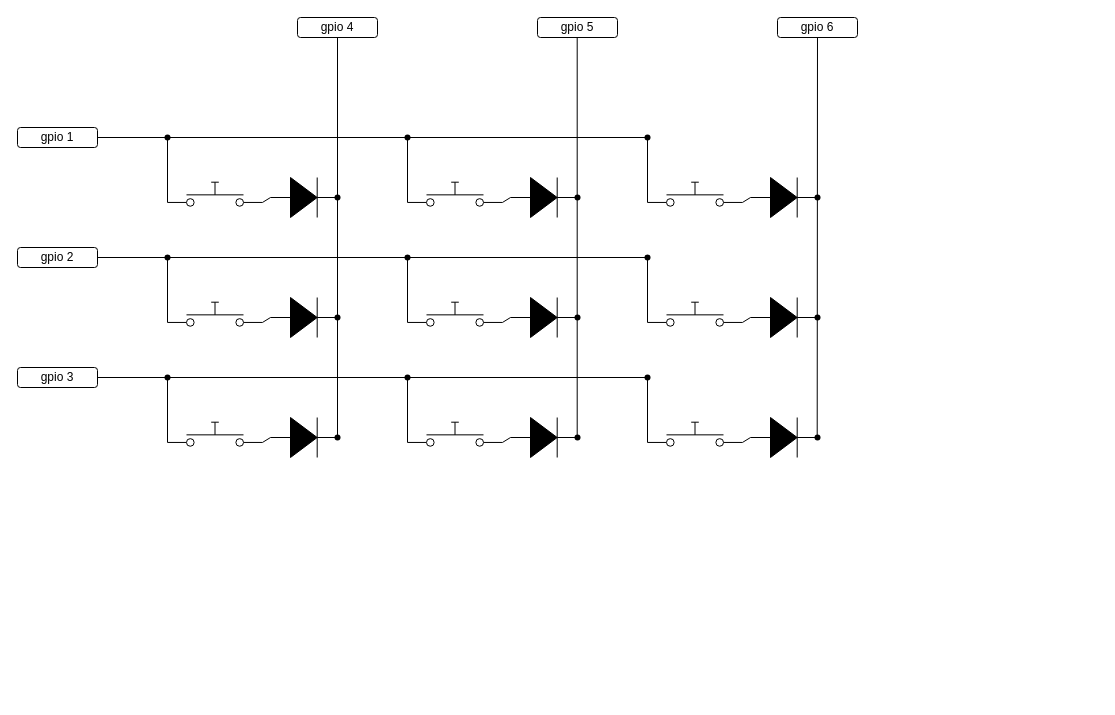
This is keyboard_matrix_circuit_diagram.drawio from Styann/pico-keypad, a draw.io file, before an edit. Source tidied: cells renumbered, new cells numbered last; positions are measured from the earlier drawing's top-left corner, leaving out a move shared by most shapes. Both pictures are drawn from the tidied source at 100%, with x=0, y=0 at pixel (17, 17).
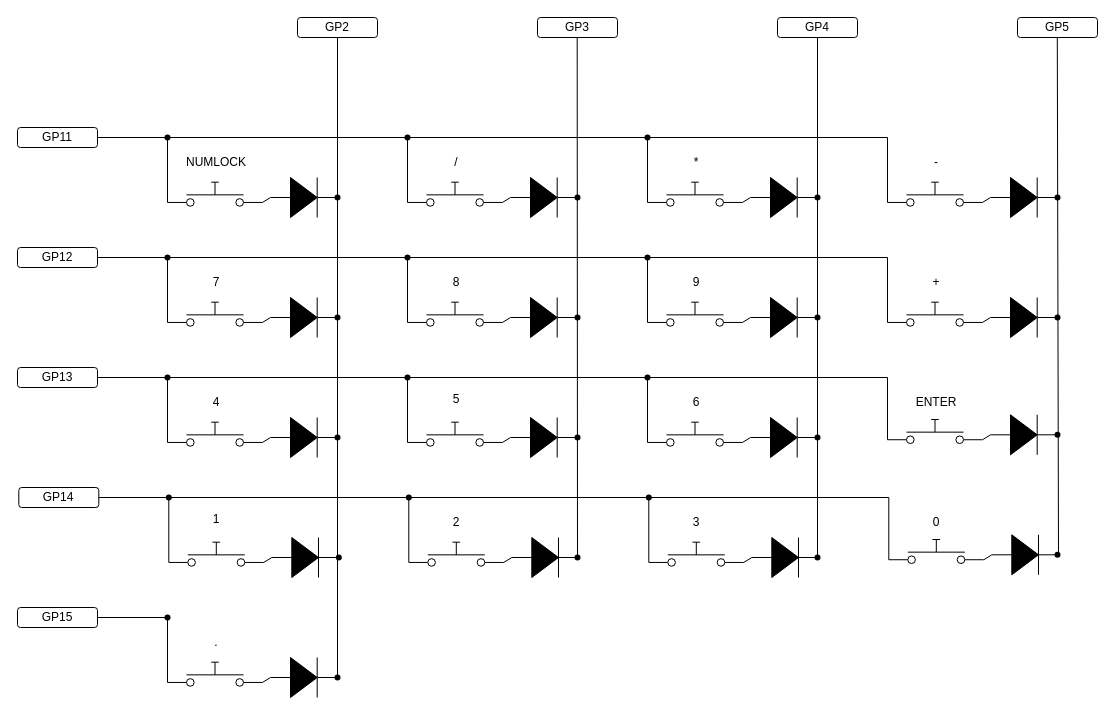
The same page after the edit.

Commit message (it also covers changes not shown here):
add possibility to make shortcut, break scan matrix loop when report is full, fix ghosting, delete keyboard_key_t

Unchanged cells that the change refers to:
```xml
<mxCell id="18" style="shape=waypoint;sketch=0;fillStyle=solid;size=6;points=[];fillColor=none;perimeter=centerPerimeter;snapToPoint=1;" parent="1" vertex="1">
  <mxGeometry x="310" y="410" width="20" height="20" as="geometry" />
</mxCell>
<mxCell id="65" style="shape=waypoint;sketch=0;fillStyle=solid;size=6;points=[];fillColor=none;perimeter=centerPerimeter;snapToPoint=1;" parent="1" vertex="1">
  <mxGeometry x="620" y="110" width="20" height="20" as="geometry" />
</mxCell>
<mxCell id="69" style="shape=waypoint;sketch=0;fillStyle=solid;size=6;points=[];fillColor=none;perimeter=centerPerimeter;snapToPoint=1;" parent="1" vertex="1">
  <mxGeometry x="620" y="230" width="20" height="20" as="geometry" />
</mxCell>
<mxCell id="74" style="shape=waypoint;sketch=0;fillStyle=solid;size=6;points=[];fillColor=none;perimeter=centerPerimeter;snapToPoint=1;" parent="1" vertex="1">
  <mxGeometry x="620" y="350" width="20" height="20" as="geometry" />
</mxCell>
```

What changed in the source:
```diff
@@
-    <mxCell id="7" style="endArrow=none;html=1;rounded=0;exitX=0.36;exitY=0.764;exitDx=0;exitDy=0;exitPerimeter=0;" parent="1" edge="1" source="18">
+    <mxCell id="7" style="endArrow=none;html=1;rounded=0;exitX=0.75;exitY=0.4;exitDx=0;exitDy=0;exitPerimeter=0;" parent="1" edge="1" source="127">
       <mxGeometry relative="1" as="geometry">
         <mxPoint x="320" y="20" as="targetPoint" />
       </mxGeometry>
     </mxCell>
@@
-    <mxCell id="34" style="endArrow=none;html=1;rounded=0;exitX=0.36;exitY=0.764;exitDx=0;exitDy=0;exitPerimeter=0;" parent="1" edge="1">
+    <mxCell id="34" style="endArrow=none;html=1;rounded=0;" parent="1" edge="1" source="128">
       <mxGeometry relative="1" as="geometry">
-        <mxPoint x="559.7" y="420" as="sourcePoint" />
         <mxPoint x="559.7" y="20" as="targetPoint" />
       </mxGeometry>
     </mxCell>
@@
-    <mxCell id="53" value="gpio 1" style="rounded=1;whiteSpace=wrap;html=1;" parent="1" vertex="1">
+    <mxCell id="53" value="GP11" style="rounded=1;whiteSpace=wrap;html=1;" parent="1" vertex="1">
       <mxGeometry y="110" width="80" height="20" as="geometry" />
     </mxCell>
-    <mxCell id="54" value="gpio 2" style="rounded=1;whiteSpace=wrap;html=1;" parent="1" vertex="1">
+    <mxCell id="54" value="GP12" style="rounded=1;whiteSpace=wrap;html=1;" parent="1" vertex="1">
       <mxGeometry y="230" width="80" height="20" as="geometry" />
     </mxCell>
-    <mxCell id="55" value="gpio 3" style="rounded=1;whiteSpace=wrap;html=1;" parent="1" vertex="1">
+    <mxCell id="55" value="GP13" style="rounded=1;whiteSpace=wrap;html=1;" parent="1" vertex="1">
       <mxGeometry y="350" width="80" height="20" as="geometry" />
     </mxCell>
-    <mxCell id="56" value="gpio 4" style="rounded=1;whiteSpace=wrap;html=1;" parent="1" vertex="1">
+    <mxCell id="56" value="&lt;div&gt;GP2&lt;/div&gt;" style="rounded=1;whiteSpace=wrap;html=1;" parent="1" vertex="1">
       <mxGeometry x="280" width="80" height="20" as="geometry" />
     </mxCell>
-    <mxCell id="57" value="gpio 5" style="rounded=1;whiteSpace=wrap;html=1;" parent="1" vertex="1">
+    <mxCell id="57" value="GP3" style="rounded=1;whiteSpace=wrap;html=1;" parent="1" vertex="1">
       <mxGeometry x="520" width="80" height="20" as="geometry" />
     </mxCell>
-    <mxCell id="58" style="endArrow=none;html=1;rounded=0;exitX=0.36;exitY=0.764;exitDx=0;exitDy=0;exitPerimeter=0;" parent="1" edge="1" target="59">
-      <mxGeometry relative="1" as="geometry">
-        <mxPoint x="799.7" y="420" as="sourcePoint" />
-      </mxGeometry>
+    <mxCell id="58" style="endArrow=none;html=1;rounded=0;" parent="1" edge="1" source="152" target="59">
+      <mxGeometry relative="1" as="geometry" />
     </mxCell>
-    <mxCell id="59" value="&lt;div&gt;gpio 6&lt;/div&gt;" style="rounded=1;whiteSpace=wrap;html=1;" parent="1" vertex="1">
+    <mxCell id="59" value="GP4" style="rounded=1;whiteSpace=wrap;html=1;" parent="1" vertex="1">
       <mxGeometry x="760" width="80" height="20" as="geometry" />
     </mxCell>
@@
+    <mxCell id="75" value="GP5" style="rounded=1;whiteSpace=wrap;html=1;" parent="1" vertex="1">
+      <mxGeometry x="1000" width="80" height="20" as="geometry" />
+    </mxCell>
+    <mxCell id="76" style="endArrow=none;html=1;rounded=0;exitX=1;exitY=0.5;exitDx=0;exitDy=0;exitPerimeter=0;" parent="1" edge="1" source="117">
+      <mxGeometry relative="1" as="geometry">
+        <mxPoint x="1039.8" y="20" as="targetPoint" />
+      </mxGeometry>
+    </mxCell>
+    <mxCell id="77" style="html=1;shape=mxgraph.electrical.electro-mechanical.pushbutton;elSwitchState=off;" parent="1" vertex="1">
+      <mxGeometry x="870" y="164.7" width="95" height="25.3" as="geometry" />
+    </mxCell>
+    <mxCell id="78" style="fillColor=strokeColor;verticalLabelPosition=bottom;shadow=0;dashed=0;align=center;html=1;verticalAlign=top;shape=mxgraph.electrical.diodes.diode;rotation=0;" parent="1" vertex="1">
+      <mxGeometry x="973" y="160" width="66.7" height="40" as="geometry" />
+    </mxCell>
+    <mxCell id="79" style="endArrow=none;html=1;rounded=0;entryX=0;entryY=0.5;entryDx=0;entryDy=0;entryPerimeter=0;exitX=1;exitY=0.8;exitDx=0;exitDy=0;" parent="1" edge="1" source="77" target="78">
+      <mxGeometry relative="1" as="geometry" />
+    </mxCell>
+    <mxCell id="80" style="shape=waypoint;sketch=0;fillStyle=solid;size=6;fillColor=none;perimeter=centerPerimeter;" parent="1" vertex="1">
+      <mxGeometry x="1030" y="170" width="20" height="20" as="geometry" />
+    </mxCell>
+    <mxCell id="81" style="html=1;shape=mxgraph.electrical.electro-mechanical.pushbutton;elSwitchState=off;" parent="1" vertex="1">
+      <mxGeometry x="870" y="284.7" width="95" height="25.3" as="geometry" />
+    </mxCell>
+    <mxCell id="82" style="fillColor=strokeColor;verticalLabelPosition=bottom;shadow=0;dashed=0;align=center;html=1;verticalAlign=top;shape=mxgraph.electrical.diodes.diode;rotation=0;" parent="1" vertex="1">
+      <mxGeometry x="973" y="280" width="66.7" height="40" as="geometry" />
+    </mxCell>
+    <mxCell id="83" style="endArrow=none;html=1;rounded=0;entryX=0;entryY=0.5;entryDx=0;entryDy=0;entryPerimeter=0;exitX=1;exitY=0.8;exitDx=0;exitDy=0;" parent="1" edge="1" source="81" target="82">
+      <mxGeometry relative="1" as="geometry" />
+    </mxCell>
+    <mxCell id="84" style="shape=waypoint;sketch=0;fillStyle=solid;size=6;fillColor=none;perimeter=centerPerimeter;" parent="1" vertex="1">
+      <mxGeometry x="1030" y="290" width="20" height="20" as="geometry" />
+    </mxCell>
+    <mxCell id="85" style="html=1;shape=mxgraph.electrical.electro-mechanical.pushbutton;elSwitchState=off;" parent="1" vertex="1">
+      <mxGeometry x="870" y="402" width="95" height="25.3" as="geometry" />
+    </mxCell>
+    <mxCell id="86" style="fillColor=strokeColor;verticalLabelPosition=bottom;shadow=0;dashed=0;align=center;html=1;verticalAlign=top;shape=mxgraph.electrical.diodes.diode;rotation=0;" parent="1" vertex="1">
+      <mxGeometry x="973" y="397.3" width="66.7" height="40" as="geometry" />
+    </mxCell>
+    <mxCell id="87" style="endArrow=none;html=1;rounded=0;entryX=0;entryY=0.5;entryDx=0;entryDy=0;entryPerimeter=0;exitX=1;exitY=0.8;exitDx=0;exitDy=0;" parent="1" edge="1" source="85" target="86">
+      <mxGeometry relative="1" as="geometry" />
+    </mxCell>
+    <mxCell id="88" style="shape=waypoint;sketch=0;fillStyle=solid;size=6;fillColor=none;perimeter=centerPerimeter;" parent="1" vertex="1">
+      <mxGeometry x="1030" y="407.3" width="20" height="20" as="geometry" />
+    </mxCell>
+    <mxCell id="89" style="endArrow=none;html=1;rounded=0;exitDx=0;exitDy=0;" parent="1" edge="1">
+      <mxGeometry relative="1" as="geometry">
+        <mxPoint x="870" y="360" as="sourcePoint" />
+        <mxPoint x="870" y="360" as="targetPoint" />
+      </mxGeometry>
+    </mxCell>
+    <mxCell id="90" style="endArrow=none;html=1;rounded=0;exitX=0.636;exitY=0.757;exitDx=0;exitDy=0;exitPerimeter=0;" parent="1" edge="1" source="65">
+      <mxGeometry relative="1" as="geometry">
+        <mxPoint x="870" y="120" as="targetPoint" />
+      </mxGeometry>
+    </mxCell>
+    <mxCell id="91" style="endArrow=none;html=1;rounded=0;" parent="1" edge="1" source="69">
+      <mxGeometry relative="1" as="geometry">
+        <mxPoint x="870" y="240" as="targetPoint" />
+      </mxGeometry>
+    </mxCell>
+    <mxCell id="92" style="endArrow=none;html=1;rounded=0;exitX=0.32;exitY=0.65;exitDx=0;exitDy=0;exitPerimeter=0;" parent="1" edge="1" source="74">
+      <mxGeometry relative="1" as="geometry">
+        <mxPoint x="870" y="360" as="targetPoint" />
+      </mxGeometry>
+    </mxCell>
+    <mxCell id="93" style="endArrow=none;html=1;rounded=0;exitX=0;exitY=0.8;exitDx=0;exitDy=0;" parent="1" edge="1" source="81">
+      <mxGeometry relative="1" as="geometry">
+        <mxPoint x="870" y="240" as="targetPoint" />
+      </mxGeometry>
+    </mxCell>
+    <mxCell id="94" style="endArrow=none;html=1;rounded=0;exitX=0;exitY=0.8;exitDx=0;exitDy=0;" parent="1" edge="1" source="85">
+      <mxGeometry relative="1" as="geometry">
+        <mxPoint x="870" y="360" as="targetPoint" />
+      </mxGeometry>
+    </mxCell>
+    <mxCell id="95" style="endArrow=none;html=1;rounded=0;entryX=0;entryY=0.8;entryDx=0;entryDy=0;" parent="1" edge="1" target="77">
+      <mxGeometry relative="1" as="geometry">
+        <mxPoint x="870" y="120" as="sourcePoint" />
+      </mxGeometry>
+    </mxCell>
+    <mxCell id="96" style="html=1;shape=mxgraph.electrical.electro-mechanical.pushbutton;elSwitchState=off;" parent="1" vertex="1">
+      <mxGeometry x="151.3" y="524.7" width="95" height="25.3" as="geometry" />
+    </mxCell>
+    <mxCell id="97" style="fillColor=strokeColor;verticalLabelPosition=bottom;shadow=0;dashed=0;align=center;html=1;verticalAlign=top;shape=mxgraph.electrical.diodes.diode;rotation=0;" parent="1" vertex="1">
+      <mxGeometry x="254.3" y="520" width="66.7" height="40" as="geometry" />
+    </mxCell>
+    <mxCell id="98" style="endArrow=none;html=1;rounded=0;entryX=0;entryY=0.5;entryDx=0;entryDy=0;entryPerimeter=0;exitX=1;exitY=0.8;exitDx=0;exitDy=0;" parent="1" edge="1" source="96" target="97">
+      <mxGeometry relative="1" as="geometry" />
+    </mxCell>
+    <mxCell id="99" style="endArrow=none;html=1;rounded=0;exitX=0;exitY=0.8;exitDx=0;exitDy=0;" parent="1" edge="1" source="96">
+      <mxGeometry relative="1" as="geometry">
+        <mxPoint x="151.3" y="480" as="targetPoint" />
+      </mxGeometry>
+    </mxCell>
+    <mxCell id="100" style="shape=waypoint;sketch=0;fillStyle=solid;size=6;fillColor=none;perimeter=centerPerimeter;" parent="1" vertex="1">
+      <mxGeometry x="311.3" y="530" width="20" height="20" as="geometry" />
+    </mxCell>
+    <mxCell id="101" style="html=1;shape=mxgraph.electrical.electro-mechanical.pushbutton;elSwitchState=off;" parent="1" vertex="1">
+      <mxGeometry x="391.3" y="524.7" width="95" height="25.3" as="geometry" />
+    </mxCell>
+    <mxCell id="102" style="fillColor=strokeColor;verticalLabelPosition=bottom;shadow=0;dashed=0;align=center;html=1;verticalAlign=top;shape=mxgraph.electrical.diodes.diode;rotation=0;" parent="1" vertex="1">
+      <mxGeometry x="494.3" y="520" width="66.7" height="40" as="geometry" />
+    </mxCell>
+    <mxCell id="103" style="endArrow=none;html=1;rounded=0;entryX=0;entryY=0.5;entryDx=0;entryDy=0;entryPerimeter=0;exitX=1;exitY=0.8;exitDx=0;exitDy=0;" parent="1" edge="1" source="101" target="102">
+      <mxGeometry relative="1" as="geometry" />
+    </mxCell>
+    <mxCell id="104" style="endArrow=none;html=1;rounded=0;exitX=0;exitY=0.8;exitDx=0;exitDy=0;" parent="1" edge="1" source="101">
+      <mxGeometry relative="1" as="geometry">
+        <mxPoint x="391.3" y="480" as="targetPoint" />
+      </mxGeometry>
+    </mxCell>
+    <mxCell id="105" style="html=1;shape=mxgraph.electrical.electro-mechanical.pushbutton;elSwitchState=off;" parent="1" vertex="1">
+      <mxGeometry x="631.3" y="524.7" width="95" height="25.3" as="geometry" />
+    </mxCell>
+    <mxCell id="106" style="fillColor=strokeColor;verticalLabelPosition=bottom;shadow=0;dashed=0;align=center;html=1;verticalAlign=top;shape=mxgraph.electrical.diodes.diode;rotation=0;" parent="1" vertex="1">
+      <mxGeometry x="734.3" y="520" width="66.7" height="40" as="geometry" />
+    </mxCell>
+    <mxCell id="107" style="endArrow=none;html=1;rounded=0;entryX=0;entryY=0.5;entryDx=0;entryDy=0;entryPerimeter=0;exitX=1;exitY=0.8;exitDx=0;exitDy=0;" parent="1" edge="1" source="105" target="106">
+      <mxGeometry relative="1" as="geometry" />
+    </mxCell>
+    <mxCell id="108" style="endArrow=none;html=1;rounded=0;exitDx=0;exitDy=0;" parent="1" edge="1" source="115">
+      <mxGeometry relative="1" as="geometry">
+        <mxPoint x="631.3" y="480" as="targetPoint" />
+      </mxGeometry>
+    </mxCell>
+    <mxCell id="109" style="endArrow=none;html=1;rounded=0;" parent="1" edge="1" source="113">
+      <mxGeometry relative="1" as="geometry">
+        <mxPoint x="631.3" y="480" as="targetPoint" />
+      </mxGeometry>
+    </mxCell>
+    <mxCell id="110" value="GP14" style="rounded=1;whiteSpace=wrap;html=1;" parent="1" vertex="1">
+      <mxGeometry x="1.3" y="470" width="80" height="20" as="geometry" />
+    </mxCell>
+    <mxCell id="111" style="shape=waypoint;sketch=0;fillStyle=solid;size=6;fillColor=none;perimeter=centerPerimeter;" parent="1" vertex="1">
+      <mxGeometry x="141.3" y="470" width="20" height="20" as="geometry" />
+    </mxCell>
+    <mxCell id="112" style="endArrow=none;html=1;rounded=0;" parent="1" edge="1" target="113">
+      <mxGeometry relative="1" as="geometry">
+        <mxPoint x="81.3" y="480" as="sourcePoint" />
+      </mxGeometry>
+    </mxCell>
+    <mxCell id="113" style="shape=waypoint;sketch=0;fillStyle=solid;size=6;points=[];fillColor=none;perimeter=centerPerimeter;snapToPoint=1;" parent="1" vertex="1">
+      <mxGeometry x="381.3" y="470" width="20" height="20" as="geometry" />
+    </mxCell>
+    <mxCell id="114" style="endArrow=none;html=1;rounded=0;exitX=0;exitY=0.8;exitDx=0;exitDy=0;" parent="1" edge="1" source="105" target="115">
+      <mxGeometry relative="1" as="geometry" />
+    </mxCell>
+    <mxCell id="115" style="shape=waypoint;sketch=0;fillStyle=solid;size=6;points=[];fillColor=none;perimeter=centerPerimeter;snapToPoint=1;" parent="1" vertex="1">
+      <mxGeometry x="621.3" y="470" width="20" height="20" as="geometry" />
+    </mxCell>
+    <mxCell id="116" style="html=1;shape=mxgraph.electrical.electro-mechanical.pushbutton;elSwitchState=off;" parent="1" vertex="1">
+      <mxGeometry x="871.3" y="522" width="95" height="25.3" as="geometry" />
+    </mxCell>
+    <mxCell id="117" style="fillColor=strokeColor;verticalLabelPosition=bottom;shadow=0;dashed=0;align=center;html=1;verticalAlign=top;shape=mxgraph.electrical.diodes.diode;rotation=0;" parent="1" vertex="1">
+      <mxGeometry x="974.3" y="517.3" width="66.7" height="40" as="geometry" />
+    </mxCell>
+    <mxCell id="118" style="endArrow=none;html=1;rounded=0;entryX=0;entryY=0.5;entryDx=0;entryDy=0;entryPerimeter=0;exitX=1;exitY=0.8;exitDx=0;exitDy=0;" parent="1" edge="1" source="116" target="117">
+      <mxGeometry relative="1" as="geometry" />
+    </mxCell>
+    <mxCell id="119" style="shape=waypoint;sketch=0;fillStyle=solid;size=6;fillColor=none;perimeter=centerPerimeter;" parent="1" vertex="1">
+      <mxGeometry x="1030" y="527.3" width="20" height="20" as="geometry" />
+    </mxCell>
+    <mxCell id="120" style="endArrow=none;html=1;rounded=0;exitDx=0;exitDy=0;" parent="1" edge="1">
+      <mxGeometry relative="1" as="geometry">
+        <mxPoint x="871.3" y="480" as="sourcePoint" />
+        <mxPoint x="871.3" y="480" as="targetPoint" />
+      </mxGeometry>
+    </mxCell>
+    <mxCell id="121" style="endArrow=none;html=1;rounded=0;exitX=0.32;exitY=0.65;exitDx=0;exitDy=0;exitPerimeter=0;" parent="1" edge="1" source="115">
+      <mxGeometry relative="1" as="geometry">
+        <mxPoint x="871.3" y="480" as="targetPoint" />
+      </mxGeometry>
+    </mxCell>
+    <mxCell id="122" style="endArrow=none;html=1;rounded=0;exitX=0;exitY=0.8;exitDx=0;exitDy=0;" parent="1" edge="1" source="116">
+      <mxGeometry relative="1" as="geometry">
+        <mxPoint x="871.3" y="480" as="targetPoint" />
+      </mxGeometry>
+    </mxCell>
+    <mxCell id="123" style="html=1;shape=mxgraph.electrical.electro-mechanical.pushbutton;elSwitchState=off;" parent="1" vertex="1">
+      <mxGeometry x="150" y="644.7" width="95" height="25.3" as="geometry" />
+    </mxCell>
+    <mxCell id="124" style="fillColor=strokeColor;verticalLabelPosition=bottom;shadow=0;dashed=0;align=center;html=1;verticalAlign=top;shape=mxgraph.electrical.diodes.diode;rotation=0;" parent="1" vertex="1">
+      <mxGeometry x="253" y="640" width="66.7" height="40" as="geometry" />
+    </mxCell>
+    <mxCell id="125" style="endArrow=none;html=1;rounded=0;entryX=0;entryY=0.5;entryDx=0;entryDy=0;entryPerimeter=0;exitX=1;exitY=0.8;exitDx=0;exitDy=0;" parent="1" edge="1" source="123" target="124">
+      <mxGeometry relative="1" as="geometry" />
+    </mxCell>
+    <mxCell id="126" style="endArrow=none;html=1;rounded=0;exitX=0;exitY=0.8;exitDx=0;exitDy=0;" parent="1" edge="1" source="123">
+      <mxGeometry relative="1" as="geometry">
+        <mxPoint x="150" y="600" as="targetPoint" />
+      </mxGeometry>
+    </mxCell>
+    <mxCell id="127" style="shape=waypoint;sketch=0;fillStyle=solid;size=6;points=[];fillColor=none;perimeter=centerPerimeter;snapToPoint=1;" parent="1" vertex="1">
+      <mxGeometry x="310" y="650" width="20" height="20" as="geometry" />
+    </mxCell>
+    <mxCell id="128" style="shape=waypoint;sketch=0;fillStyle=solid;size=6;points=[];fillColor=none;perimeter=centerPerimeter;snapToPoint=1;" parent="1" vertex="1">
+      <mxGeometry x="550" y="530" width="20" height="20" as="geometry" />
+    </mxCell>
+    <mxCell id="129" style="endArrow=none;html=1;rounded=0;exitDx=0;exitDy=0;" parent="1" edge="1">
+      <mxGeometry relative="1" as="geometry">
+        <mxPoint x="630" y="600" as="sourcePoint" />
+        <mxPoint x="630" y="600" as="targetPoint" />
+      </mxGeometry>
+    </mxCell>
+    <mxCell id="130" value="GP15" style="rounded=1;whiteSpace=wrap;html=1;" parent="1" vertex="1">
+      <mxGeometry y="590" width="80" height="20" as="geometry" />
+    </mxCell>
+    <mxCell id="131" style="shape=waypoint;sketch=0;fillStyle=solid;size=6;fillColor=none;perimeter=centerPerimeter;" parent="1" vertex="1">
+      <mxGeometry x="140" y="590" width="20" height="20" as="geometry" />
+    </mxCell>
+    <mxCell id="132" style="endArrow=none;html=1;rounded=0;" parent="1" edge="1">
+      <mxGeometry relative="1" as="geometry">
+        <mxPoint x="80" y="600" as="sourcePoint" />
+        <mxPoint x="150" y="600" as="targetPoint" />
+      </mxGeometry>
+    </mxCell>
+    <mxCell id="133" style="endArrow=none;html=1;rounded=0;exitDx=0;exitDy=0;" parent="1" edge="1">
+      <mxGeometry relative="1" as="geometry">
+        <mxPoint x="870" y="600" as="sourcePoint" />
+        <mxPoint x="870" y="600" as="targetPoint" />
+      </mxGeometry>
+    </mxCell>
+    <mxCell id="134" value="&lt;div&gt;NUMLOCK&lt;/div&gt;" style="text;html=1;strokeColor=none;fillColor=none;align=center;verticalAlign=middle;whiteSpace=wrap;rounded=0;" parent="1" vertex="1">
+      <mxGeometry x="168.8" y="130" width="60" height="30" as="geometry" />
+    </mxCell>
+    <mxCell id="135" value="/" style="text;html=1;strokeColor=none;fillColor=none;align=center;verticalAlign=middle;whiteSpace=wrap;rounded=0;" parent="1" vertex="1">
+      <mxGeometry x="408.8" y="130" width="60" height="30" as="geometry" />
+    </mxCell>
+    <mxCell id="136" value="*" style="text;html=1;strokeColor=none;fillColor=none;align=center;verticalAlign=middle;whiteSpace=wrap;rounded=0;" parent="1" vertex="1">
+      <mxGeometry x="648.8" y="130" width="60" height="30" as="geometry" />
+    </mxCell>
+    <mxCell id="137" value="-" style="text;html=1;strokeColor=none;fillColor=none;align=center;verticalAlign=middle;whiteSpace=wrap;rounded=0;" parent="1" vertex="1">
+      <mxGeometry x="888.8" y="130" width="60" height="30" as="geometry" />
+    </mxCell>
+    <mxCell id="138" value="7" style="text;html=1;strokeColor=none;fillColor=none;align=center;verticalAlign=middle;whiteSpace=wrap;rounded=0;" parent="1" vertex="1">
+      <mxGeometry x="168.8" y="250" width="60" height="30" as="geometry" />
+    </mxCell>
+    <mxCell id="139" value="8" style="text;html=1;strokeColor=none;fillColor=none;align=center;verticalAlign=middle;whiteSpace=wrap;rounded=0;" parent="1" vertex="1">
+      <mxGeometry x="408.8" y="250" width="60" height="30" as="geometry" />
+    </mxCell>
+    <mxCell id="140" value="9" style="text;html=1;strokeColor=none;fillColor=none;align=center;verticalAlign=middle;whiteSpace=wrap;rounded=0;" parent="1" vertex="1">
+      <mxGeometry x="648.8" y="250" width="60" height="30" as="geometry" />
+    </mxCell>
+    <mxCell id="141" value="+" style="text;html=1;strokeColor=none;fillColor=none;align=center;verticalAlign=middle;whiteSpace=wrap;rounded=0;" parent="1" vertex="1">
+      <mxGeometry x="888.8" y="250" width="60" height="30" as="geometry" />
+    </mxCell>
+    <mxCell id="142" value="4" style="text;html=1;strokeColor=none;fillColor=none;align=center;verticalAlign=middle;whiteSpace=wrap;rounded=0;" parent="1" vertex="1">
+      <mxGeometry x="168.8" y="370" width="60" height="30" as="geometry" />
+    </mxCell>
+    <mxCell id="143" value="5" style="text;html=1;strokeColor=none;fillColor=none;align=center;verticalAlign=middle;whiteSpace=wrap;rounded=0;" parent="1" vertex="1">
+      <mxGeometry x="408.8" y="367.3" width="60" height="30" as="geometry" />
+    </mxCell>
+    <mxCell id="144" value="6" style="text;html=1;strokeColor=none;fillColor=none;align=center;verticalAlign=middle;whiteSpace=wrap;rounded=0;" parent="1" vertex="1">
+      <mxGeometry x="648.8" y="370" width="60" height="30" as="geometry" />
+    </mxCell>
+    <mxCell id="145" value="ENTER" style="text;html=1;strokeColor=none;fillColor=none;align=center;verticalAlign=middle;whiteSpace=wrap;rounded=0;" parent="1" vertex="1">
+      <mxGeometry x="888.8" y="370" width="60" height="30" as="geometry" />
+    </mxCell>
+    <mxCell id="146" value="1" style="text;html=1;strokeColor=none;fillColor=none;align=center;verticalAlign=middle;whiteSpace=wrap;rounded=0;" parent="1" vertex="1">
+      <mxGeometry x="168.8" y="487.3" width="60" height="30" as="geometry" />
+    </mxCell>
+    <mxCell id="147" value="2" style="text;html=1;strokeColor=none;fillColor=none;align=center;verticalAlign=middle;whiteSpace=wrap;rounded=0;" parent="1" vertex="1">
+      <mxGeometry x="408.8" y="490" width="60" height="30" as="geometry" />
+    </mxCell>
+    <mxCell id="148" value="3" style="text;html=1;strokeColor=none;fillColor=none;align=center;verticalAlign=middle;whiteSpace=wrap;rounded=0;" parent="1" vertex="1">
+      <mxGeometry x="648.8" y="490" width="60" height="30" as="geometry" />
+    </mxCell>
+    <mxCell id="149" value="0" style="text;html=1;strokeColor=none;fillColor=none;align=center;verticalAlign=middle;whiteSpace=wrap;rounded=0;" parent="1" vertex="1">
+      <mxGeometry x="888.8" y="490" width="60" height="30" as="geometry" />
+    </mxCell>
+    <mxCell id="150" value="." style="text;html=1;strokeColor=none;fillColor=none;align=center;verticalAlign=middle;whiteSpace=wrap;rounded=0;" parent="1" vertex="1">
+      <mxGeometry x="168.8" y="610" width="60" height="30" as="geometry" />
+    </mxCell>
+    <mxCell id="151" style="endArrow=none;html=1;rounded=0;exitX=0.445;exitY=0.71;exitDx=0;exitDy=0;exitPerimeter=0;" parent="1" edge="1" source="152" target="152">
+      <mxGeometry relative="1" as="geometry" />
+    </mxCell>
+    <mxCell id="152" style="shape=waypoint;sketch=0;fillStyle=solid;size=6;points=[];fillColor=none;perimeter=centerPerimeter;snapToPoint=1;" parent="1" vertex="1">
+      <mxGeometry x="790" y="530" width="20" height="20" as="geometry" />
+    </mxCell>
```
